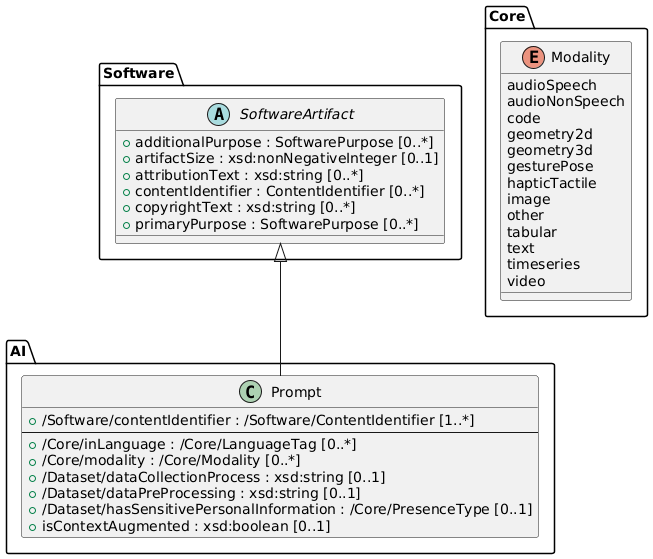
Before: docs/diagrams/ai-prompt.png, a diagram exported from PlantUML (bact/spdx-3-model). Its diagram source:
```plantuml
@startuml



set separator /

abstract "Software/SoftwareArtifact" {
    + additionalPurpose : SoftwarePurpose [0..*]
    + artifactSize : xsd:nonNegativeInteger [0..1]
    + attributionText : xsd:string [0..*]
    + contentIdentifier : ContentIdentifier [0..*]
    + copyrightText : xsd:string [0..*]
    + primaryPurpose : SoftwarePurpose [0..*]
}

class "AI/Prompt" extends "Software/SoftwareArtifact" {
    + /Software/contentIdentifier : /Software/ContentIdentifier [1..*]
    ---
    + /Core/inLanguage : /Core/LanguageTag [0..*]
    + /Core/modality : /Core/Modality [0..*]
    + /Dataset/dataCollectionProcess : xsd:string [0..1]
    + /Dataset/dataPreProcessing : xsd:string [0..1]
    + /Dataset/hasSensitivePersonalInformation : /Core/PresenceType [0..1]
    + isContextAugmented : xsd:boolean [0..1]
}

enum "Core/Modality" {
    audioSpeech
    audioNonSpeech
    code
    geometry2d
    geometry3d
    gesturePose
    hapticTactile
    image
    other
    tabular
    text
    timeseries
    video
}
@enduml
```
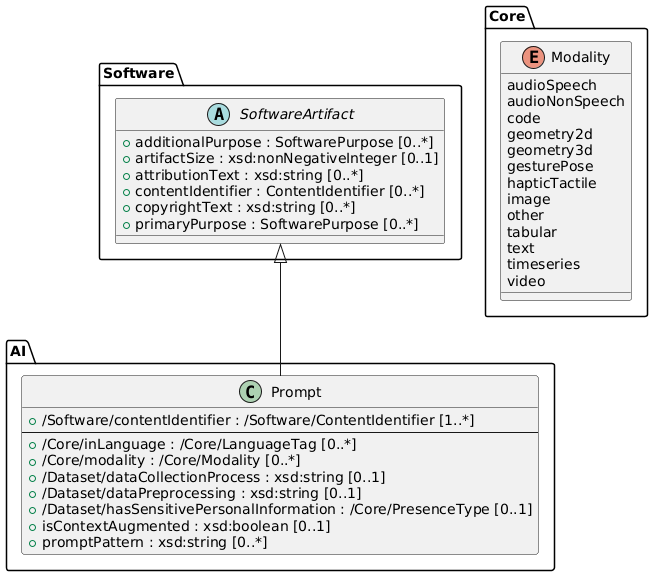
After the commit.

Diff of the diagram source:
```diff
@@ -19,9 +19,10 @@
     + /Core/inLanguage : /Core/LanguageTag [0..*]
     + /Core/modality : /Core/Modality [0..*]
     + /Dataset/dataCollectionProcess : xsd:string [0..1]
-    + /Dataset/dataPreProcessing : xsd:string [0..1]
+    + /Dataset/dataPreprocessing : xsd:string [0..1]
     + /Dataset/hasSensitivePersonalInformation : /Core/PresenceType [0..1]
     + isContextAugmented : xsd:boolean [0..1]
+    + promptPattern : xsd:string [0..*]
 }
 
 enum "Core/Modality" {
```
